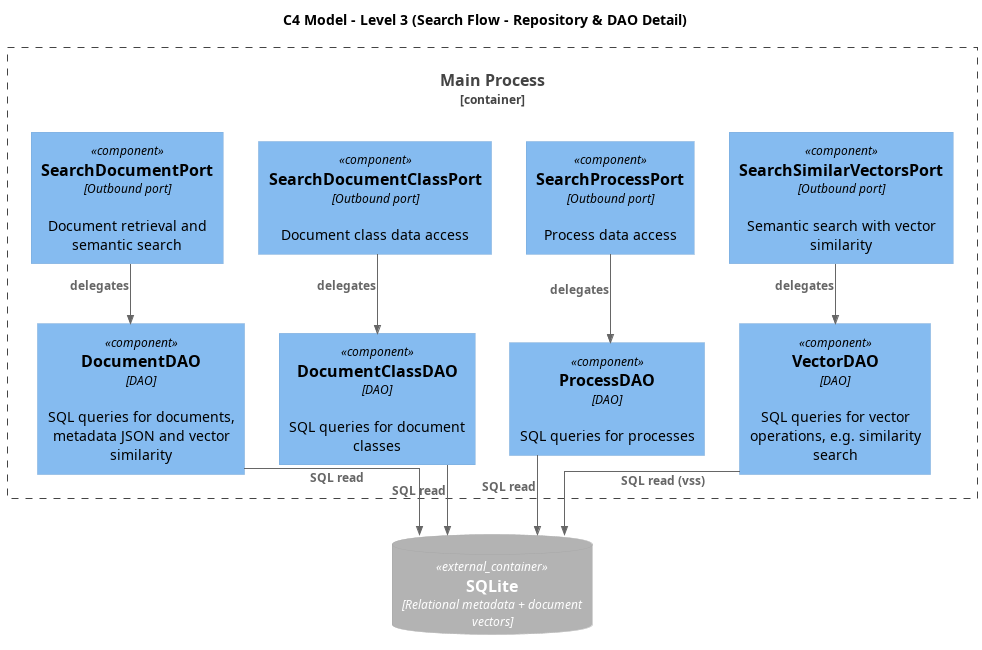
7-ZPUs/Docs keeps this PlantUML diagram as out/3_PB/DocumentiEsterni/DiagrammiSpecificaTecnica/generated_/architecture/c1-c3/C3-main-search-flow/C3_Main_Search_Flow_Repos.png. Above is the earlier version.
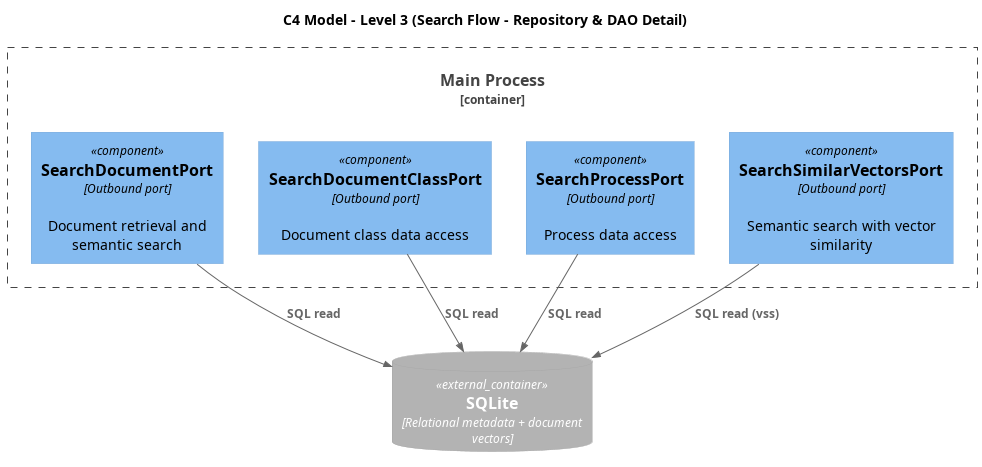
Above is the later version.

Diff of the diagram source:
```diff
@@ -3,7 +3,7 @@
 
 title C4 Model - Level 3 (Search Flow - Repository & DAO Detail)
 
-skinparam linetype ortho
+skinparam linetype straight
 
 Container_Boundary(main_container, "Main Process") {
   together {
@@ -12,24 +12,12 @@
   Component(process_repo, "SearchProcessPort", "Outbound port", "Process data access")
   Component(vector_repo, "SearchSimilarVectorsPort", "Outbound port", "Semantic search with vector similarity")
   }
-
-  together{
-  Component(doc_dao, "DocumentDAO", "DAO", "SQL queries for documents, metadata JSON and vector similarity")
-  Component(doc_class_dao, "DocumentClassDAO", "DAO", "SQL queries for document classes")
-  Component(process_dao, "ProcessDAO", "DAO", "SQL queries for processes")
-  Component(vector_dao, "VectorDAO", "DAO", "SQL queries for vector operations, e.g. similarity search")
-  }
 }
 
 ContainerDb_Ext(sqlite, "SQLite", "Relational metadata + document vectors")
 
-Rel(doc_repo, doc_dao, "delegates")
-Rel(doc_class_repo, doc_class_dao, "delegates")
-Rel(process_repo, process_dao, "delegates")
-Rel(vector_repo, vector_dao, "delegates")
-
-Rel(doc_dao, sqlite, "SQL read")
-Rel(doc_class_dao, sqlite, "SQL read")
-Rel(process_dao, sqlite, "SQL read")
-Rel(vector_dao, sqlite, "SQL read (vss)")
+Rel(doc_repo, sqlite, "SQL read")
+Rel(doc_class_repo, sqlite, "SQL read")
+Rel(process_repo, sqlite, "SQL read")
+Rel(vector_repo, sqlite, "SQL read (vss)")
 @enduml
```
